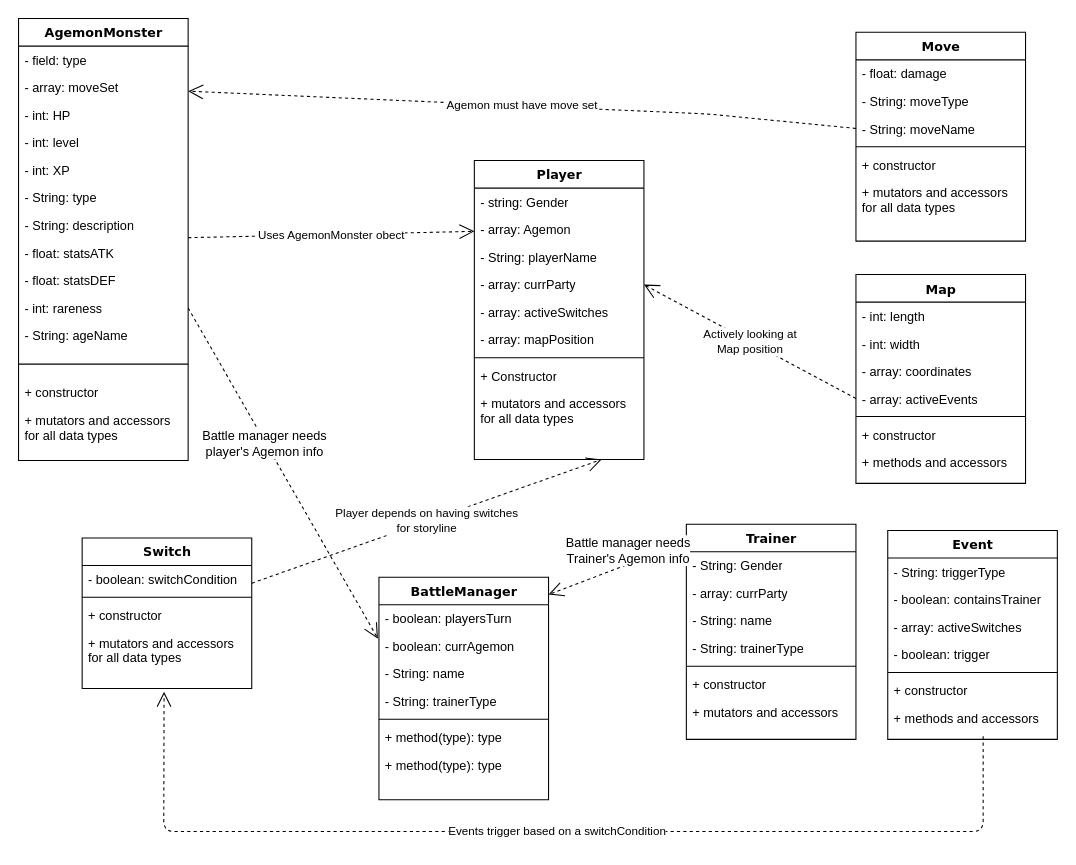
Before: AgemonDiagram.drawio in JiveyGuy/Ag-mon, a draw.io diagram. Source tidied: cells renumbered, new cells numbered last; positions are measured from the earlier drawing's top-left corner, leaving out a move shared by most shapes. Both pictures are drawn from the tidied source at 106%, with x=0, y=0 at pixel (18, 18).
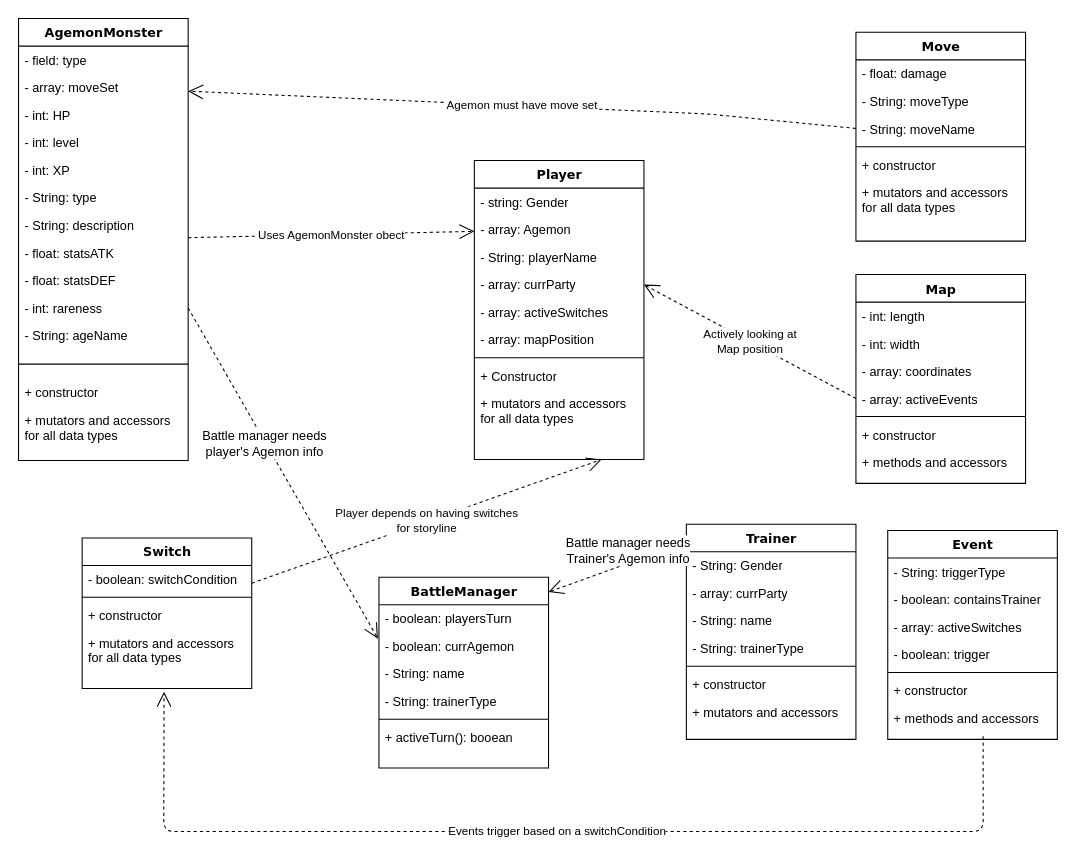
Above is the later version.

The edit, as a diff of the source:
```diff
@@
     <mxCell id="66" value="BattleManager" style="swimlane;html=1;fontStyle=1;align=center;verticalAlign=top;horizontal=1;startSize=26;swimlaneFillColor=#ffffff;rounded=0;shadow=0;comic=0;labelBackgroundColor=none;strokeColor=#000000;strokeWidth=1;fillColor=none;fontFamily=Verdana;fontSize=12;fontColor=#000000;" parent="1" vertex="1">
-      <mxGeometry x="340" y="527" width="160" height="210" as="geometry" />
+      <mxGeometry x="340" y="527" width="160" height="180" as="geometry" />
     </mxCell>
@@
-    <mxCell id="72" value="+ method(type): type" style="text;html=1;strokeColor=none;fillColor=none;align=left;verticalAlign=top;spacingLeft=4;spacingRight=4;whiteSpace=wrap;overflow=hidden;" parent="66" vertex="1">
-      <mxGeometry y="138" width="160" height="26" as="geometry" />
-    </mxCell>
-    <mxCell id="73" value="+ method(type): type" style="text;html=1;strokeColor=none;fillColor=none;align=left;verticalAlign=top;spacingLeft=4;spacingRight=4;whiteSpace=wrap;overflow=hidden;" parent="66" vertex="1">
-      <mxGeometry y="164" width="160" height="36" as="geometry" />
+    <mxCell id="73" value="+ activeTurn(): booean" style="text;html=1;strokeColor=none;fillColor=none;align=left;verticalAlign=top;spacingLeft=4;spacingRight=4;whiteSpace=wrap;overflow=hidden;" parent="66" vertex="1">
+      <mxGeometry y="138" width="160" height="36" as="geometry" />
     </mxCell>
```
